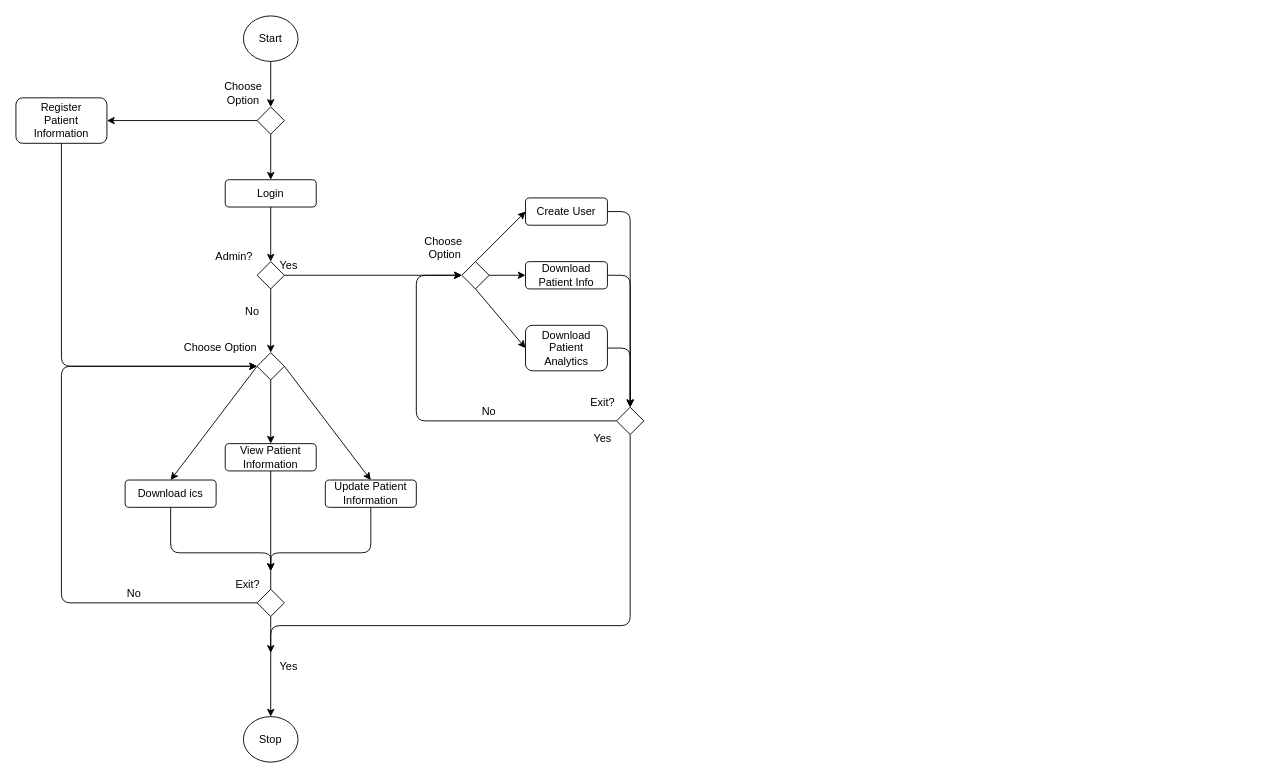
Above: LifePrognosis-ActivityDiagrams.drawio in JonahKayizzi/life-prognosis-gahinga6 (draw.io), before the change. Source tidied: cells renumbered, new cells numbered last; positions are measured from the earlier drawing's top-left corner, leaving out a move shared by most shapes. Both pictures are drawn from the tidied source at 91%, with x=0, y=0 at pixel (15, 15).
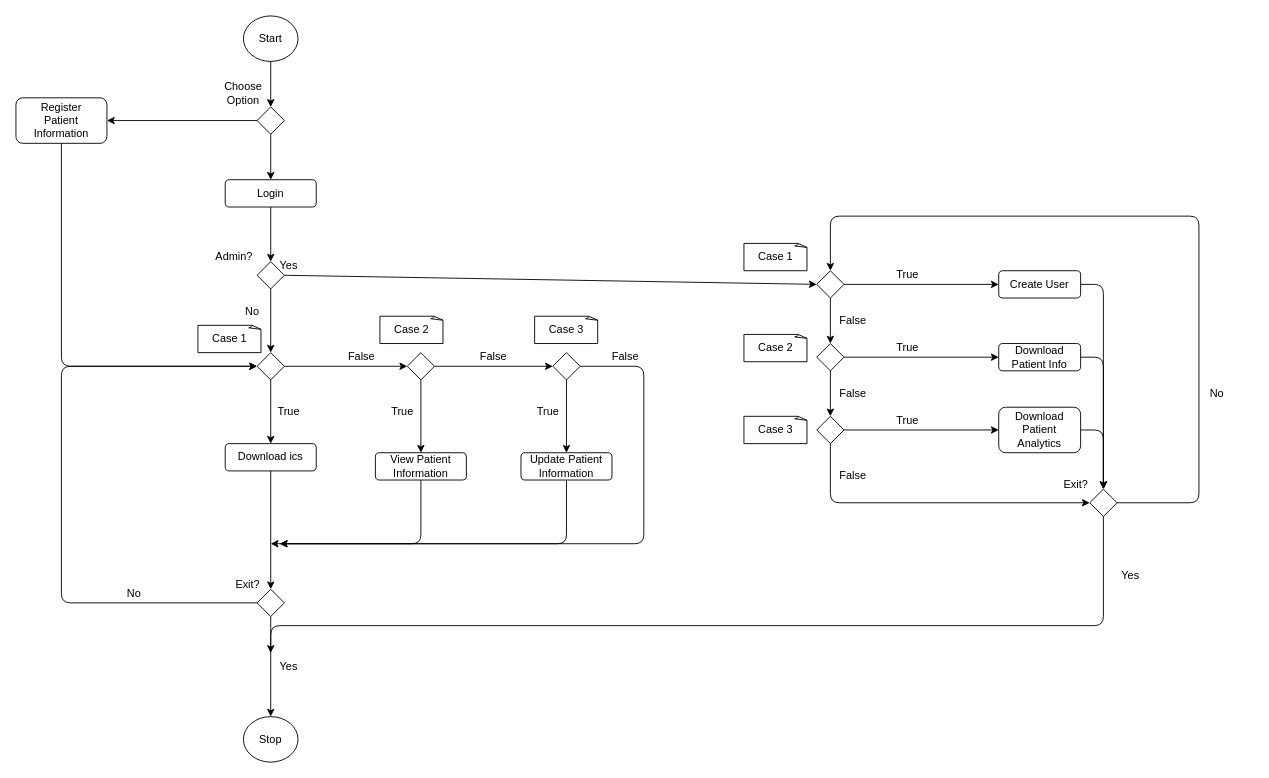
After the change.

Commit message:
Modify activity diagram to replace choose option with switch case

The change refers to these unchanged cells:
```xml
<mxCell id="17" style="rhombus;whiteSpace=wrap;html=1;" parent="1" vertex="1">
  <mxGeometry x="265" y="370" width="30" height="30" as="geometry" />
</mxCell>
<mxCell id="26" style="rhombus;whiteSpace=wrap;html=1;" parent="1" vertex="1">
  <mxGeometry x="265" y="630" width="30" height="30" as="geometry" />
</mxCell>
```

Change to the diagram source:
```diff
@@
     <mxCell id="7" style="rhombus;whiteSpace=wrap;html=1;" parent="1" vertex="1">
-      <mxGeometry x="490" y="270" width="30" height="30" as="geometry" />
+      <mxGeometry x="880" y="280" width="30" height="30" as="geometry" />
     </mxCell>
@@
-    <mxCell id="18" value="Choose Option" style="text;html=1;strokeColor=none;fillColor=none;align=center;verticalAlign=middle;whiteSpace=wrap;rounded=0;" parent="1" vertex="1">
-      <mxGeometry x="170" y="350" width="110" height="30" as="geometry" />
-    </mxCell>
-    <mxCell id="19" style="endArrow=classic;html=1;exitX=0;exitY=0.5;exitDx=0;exitDy=0;" parent="1" edge="1" source="17">
-      <mxGeometry relative="1" as="geometry">
-        <mxPoint x="170" y="510" as="targetPoint" />
-      </mxGeometry>
+    <mxCell id="19" style="endArrow=classic;html=1;exitX=0.5;exitY=1;exitDx=0;exitDy=0;entryX=0.5;entryY=0;entryDx=0;entryDy=0;" parent="1" edge="1" source="65" target="24">
+      <mxGeometry relative="1" as="geometry" />
     </mxCell>
@@
-    <mxCell id="22" style="endArrow=classic;html=1;exitX=1;exitY=0.5;exitDx=0;exitDy=0;entryX=0.5;entryY=0;entryDx=0;entryDy=0;" parent="1" edge="1" source="17" target="25">
+    <mxCell id="22" style="endArrow=classic;html=1;exitX=1;exitY=0.5;exitDx=0;exitDy=0;entryX=0;entryY=0.5;entryDx=0;entryDy=0;" parent="1" edge="1" source="17" target="65">
       <mxGeometry relative="1" as="geometry" />
     </mxCell>
     <mxCell id="23" value="Download ics" style="rounded=1;whiteSpace=wrap;html=1;" parent="1" vertex="1">
-      <mxGeometry x="120" y="510" width="100" height="30" as="geometry" />
+      <mxGeometry x="230" y="470" width="100" height="30" as="geometry" />
     </mxCell>
     <mxCell id="24" value="View Patient Information" style="rounded=1;whiteSpace=wrap;html=1;" parent="1" vertex="1">
-      <mxGeometry x="230" y="470" width="100" height="30" as="geometry" />
+      <mxGeometry x="395" y="480" width="100" height="30" as="geometry" />
     </mxCell>
     <mxCell id="25" value="Update Patient Information" style="rounded=1;whiteSpace=wrap;html=1;" parent="1" vertex="1">
-      <mxGeometry x="340" y="510" width="100" height="30" as="geometry" />
+      <mxGeometry x="555" y="480" width="100" height="30" as="geometry" />
     </mxCell>
@@
-    <mxCell id="27" style="endArrow=none;html=1;exitX=0.5;exitY=1;exitDx=0;exitDy=0;entryX=0.5;entryY=0;entryDx=0;entryDy=0;" parent="1" edge="1" source="24" target="26">
-      <mxGeometry relative="1" as="geometry">
-        <Array as="points">
-          <mxPoint x="280" y="610" />
-        </Array>
-      </mxGeometry>
-    </mxCell>
-    <mxCell id="28" style="endArrow=classic;html=1;exitX=0.5;exitY=1;exitDx=0;exitDy=0;edgeStyle=orthogonalEdgeStyle;" parent="1" edge="1" source="23">
-      <mxGeometry relative="1" as="geometry">
-        <mxPoint x="280" y="610" as="targetPoint" />
-        <Array as="points">
-          <mxPoint x="170" y="590" />
-          <mxPoint x="280" y="590" />
-        </Array>
-      </mxGeometry>
+    <mxCell id="28" style="endArrow=classic;html=1;exitX=0.5;exitY=1;exitDx=0;exitDy=0;entryX=0.5;entryY=0;entryDx=0;entryDy=0;" parent="1" edge="1" source="23" target="26">
+      <mxGeometry relative="1" as="geometry" />
     </mxCell>
-    <mxCell id="29" style="endArrow=classic;html=1;exitX=0.5;exitY=1;exitDx=0;exitDy=0;edgeStyle=orthogonalEdgeStyle;" parent="1" edge="1" source="25">
-      <mxGeometry relative="1" as="geometry">
-        <mxPoint x="280" y="610" as="targetPoint" />
-        <Array as="points">
-          <mxPoint x="390" y="590" />
-          <mxPoint x="280" y="590" />
-        </Array>
-      </mxGeometry>
+    <mxCell id="29" style="endArrow=classic;html=1;exitX=0.5;exitY=1;exitDx=0;exitDy=0;entryX=0.5;entryY=0;entryDx=0;entryDy=0;" parent="1" edge="1" source="66" target="25">
+      <mxGeometry relative="1" as="geometry" />
     </mxCell>
@@
-    <mxCell id="35" style="endArrow=classic;html=1;exitX=0.5;exitY=0;exitDx=0;exitDy=0;entryX=0;entryY=0.5;entryDx=0;entryDy=0;" parent="1" edge="1" source="7" target="38">
+    <mxCell id="35" style="endArrow=classic;html=1;exitX=1;exitY=0.5;exitDx=0;exitDy=0;entryX=0;entryY=0.5;entryDx=0;entryDy=0;" parent="1" edge="1" source="7" target="38">
       <mxGeometry relative="1" as="geometry" />
     </mxCell>
-    <mxCell id="36" style="endArrow=classic;html=1;exitX=1;exitY=0.5;exitDx=0;exitDy=0;" parent="1" edge="1" source="7">
-      <mxGeometry relative="1" as="geometry">
-        <mxPoint x="560" y="285" as="targetPoint" />
-      </mxGeometry>
+    <mxCell id="36" style="endArrow=classic;html=1;entryX=0;entryY=0.5;entryDx=0;entryDy=0;exitX=1;exitY=0.5;exitDx=0;exitDy=0;" parent="1" edge="1" source="53" target="39">
+      <mxGeometry relative="1" as="geometry" />
     </mxCell>
-    <mxCell id="37" style="endArrow=classic;html=1;exitX=0.5;exitY=1;exitDx=0;exitDy=0;entryX=0;entryY=0.5;entryDx=0;entryDy=0;" parent="1" edge="1" source="7" target="40">
+    <mxCell id="37" style="endArrow=classic;html=1;entryX=0;entryY=0.5;entryDx=0;entryDy=0;exitX=1;exitY=0.5;exitDx=0;exitDy=0;" parent="1" edge="1" source="54" target="40">
       <mxGeometry relative="1" as="geometry" />
     </mxCell>
     <mxCell id="38" value="Create User" style="rounded=1;whiteSpace=wrap;html=1;" parent="1" vertex="1">
-      <mxGeometry x="560" y="200" width="90" height="30" as="geometry" />
+      <mxGeometry x="1080" y="280" width="90" height="30" as="geometry" />
     </mxCell>
     <mxCell id="39" value="Download Patient Info" style="rounded=1;whiteSpace=wrap;html=1;" parent="1" vertex="1">
-      <mxGeometry x="560" y="270" width="90" height="30" as="geometry" />
+      <mxGeometry x="1080" y="360" width="90" height="30" as="geometry" />
     </mxCell>
     <mxCell id="40" value="Download Patient Analytics" style="rounded=1;whiteSpace=wrap;html=1;" parent="1" vertex="1">
-      <mxGeometry x="560" y="340" width="90" height="50" as="geometry" />
+      <mxGeometry x="1080" y="430" width="90" height="50" as="geometry" />
     </mxCell>
-    <mxCell id="41" value="Choose&lt;br&gt;&amp;nbsp;Option" style="text;html=1;strokeColor=none;fillColor=none;align=center;verticalAlign=middle;whiteSpace=wrap;rounded=0;" parent="1" vertex="1">
-      <mxGeometry x="420" y="240" width="100" height="30" as="geometry" />
-    </mxCell>
     <mxCell id="42" style="rhombus;whiteSpace=wrap;html=1;" parent="1" vertex="1">
-      <mxGeometry x="660" y="430" width="30" height="30" as="geometry" />
+      <mxGeometry x="1180" y="520" width="30" height="30" as="geometry" />
     </mxCell>
@@
     <mxCell id="46" value="Exit?" style="text;html=1;strokeColor=none;fillColor=none;align=center;verticalAlign=middle;whiteSpace=wrap;rounded=0;" parent="1" vertex="1">
-      <mxGeometry x="590" y="410" width="110" height="30" as="geometry" />
+      <mxGeometry x="1110" y="500" width="110" height="30" as="geometry" />
     </mxCell>
     <mxCell id="47" style="endArrow=classic;html=1;exitX=0.5;exitY=1;exitDx=0;exitDy=0;edgeStyle=orthogonalEdgeStyle;" parent="1" edge="1" source="42">
       <mxGeometry relative="1" as="geometry">
         <mxPoint x="280" y="700" as="targetPoint" />
         <Array as="points">
-          <mxPoint x="675" y="670" />
+          <mxPoint x="1195" y="670" />
           <mxPoint x="280" y="670" />
         </Array>
       </mxGeometry>
     </mxCell>
     <mxCell id="48" value="Yes" style="text;html=1;strokeColor=none;fillColor=none;align=center;verticalAlign=middle;whiteSpace=wrap;rounded=0;" parent="1" vertex="1">
-      <mxGeometry x="590" y="450" width="110" height="30" as="geometry" />
+      <mxGeometry x="1170" y="600" width="110" height="30" as="geometry" />
     </mxCell>
-    <mxCell id="49" style="endArrow=classic;html=1;exitX=0;exitY=0.5;exitDx=0;exitDy=0;entryX=0;entryY=0.5;entryDx=0;entryDy=0;edgeStyle=orthogonalEdgeStyle;" parent="1" edge="1" source="42" target="7">
+    <mxCell id="49" style="endArrow=classic;html=1;edgeStyle=orthogonalEdgeStyle;entryX=0.5;entryY=0;entryDx=0;entryDy=0;startArrow=none;exitX=1;exitY=0.5;exitDx=0;exitDy=0;" parent="1" edge="1" source="42" target="7">
       <mxGeometry relative="1" as="geometry">
         <Array as="points">
-          <mxPoint x="440" y="445" />
-          <mxPoint x="440" y="285" />
+          <mxPoint x="1300" y="535" />
+          <mxPoint x="1300" y="220" />
+          <mxPoint x="895" y="220" />
         </Array>
       </mxGeometry>
     </mxCell>
     <mxCell id="50" value="No" style="text;html=1;strokeColor=none;fillColor=none;align=center;verticalAlign=middle;whiteSpace=wrap;rounded=0;" parent="1" vertex="1">
-      <mxGeometry x="480" y="420" width="80" height="30" as="geometry" />
+      <mxGeometry x="1280" y="400" width="80" height="30" as="geometry" />
     </mxCell>
@@
+    <mxCell id="53" style="rhombus;whiteSpace=wrap;html=1;" parent="1" vertex="1">
+      <mxGeometry x="880" y="360" width="30" height="30" as="geometry" />
+    </mxCell>
+    <mxCell id="54" style="rhombus;whiteSpace=wrap;html=1;" parent="1" vertex="1">
+      <mxGeometry x="880" y="440" width="30" height="30" as="geometry" />
+    </mxCell>
+    <mxCell id="55" style="endArrow=classic;html=1;entryX=0.5;entryY=0;entryDx=0;entryDy=0;exitX=0.5;exitY=1;exitDx=0;exitDy=0;" parent="1" edge="1" source="7" target="53">
+      <mxGeometry relative="1" as="geometry" />
+    </mxCell>
+    <mxCell id="56" style="endArrow=classic;html=1;entryX=0.5;entryY=0;entryDx=0;entryDy=0;exitX=0.5;exitY=1;exitDx=0;exitDy=0;" parent="1" edge="1" source="53" target="54">
+      <mxGeometry relative="1" as="geometry" />
+    </mxCell>
+    <mxCell id="57" value="Case 1" style="whiteSpace=wrap;html=1;shape=mxgraph.basic.document;" parent="1" vertex="1">
+      <mxGeometry x="800" y="250" width="70" height="30" as="geometry" />
+    </mxCell>
+    <mxCell id="58" value="Case 2" style="whiteSpace=wrap;html=1;shape=mxgraph.basic.document;" parent="1" vertex="1">
+      <mxGeometry x="800" y="350" width="70" height="30" as="geometry" />
+    </mxCell>
+    <mxCell id="59" value="Case 3" style="whiteSpace=wrap;html=1;shape=mxgraph.basic.document;" parent="1" vertex="1">
+      <mxGeometry x="800" y="440" width="70" height="30" as="geometry" />
+    </mxCell>
+    <mxCell id="60" value="True" style="text;html=1;strokeColor=none;fillColor=none;align=center;verticalAlign=middle;whiteSpace=wrap;rounded=0;" parent="1" vertex="1">
+      <mxGeometry x="950" y="270" width="60" height="30" as="geometry" />
+    </mxCell>
+    <mxCell id="61" value="False" style="text;html=1;strokeColor=none;fillColor=none;align=center;verticalAlign=middle;whiteSpace=wrap;rounded=0;" parent="1" vertex="1">
+      <mxGeometry x="890" y="320" width="60" height="30" as="geometry" />
+    </mxCell>
+    <mxCell id="62" value="True" style="text;html=1;strokeColor=none;fillColor=none;align=center;verticalAlign=middle;whiteSpace=wrap;rounded=0;" parent="1" vertex="1">
+      <mxGeometry x="950" y="430" width="60" height="30" as="geometry" />
+    </mxCell>
+    <mxCell id="63" value="True" style="text;html=1;strokeColor=none;fillColor=none;align=center;verticalAlign=middle;whiteSpace=wrap;rounded=0;" parent="1" vertex="1">
+      <mxGeometry x="950" y="350" width="60" height="30" as="geometry" />
+    </mxCell>
+    <mxCell id="64" value="False" style="text;html=1;strokeColor=none;fillColor=none;align=center;verticalAlign=middle;whiteSpace=wrap;rounded=0;" parent="1" vertex="1">
+      <mxGeometry x="890" y="400" width="60" height="30" as="geometry" />
+    </mxCell>
+    <mxCell id="65" style="rhombus;whiteSpace=wrap;html=1;" parent="1" vertex="1">
+      <mxGeometry x="430" y="370" width="30" height="30" as="geometry" />
+    </mxCell>
+    <mxCell id="66" style="rhombus;whiteSpace=wrap;html=1;" parent="1" vertex="1">
+      <mxGeometry x="590" y="370" width="30" height="30" as="geometry" />
+    </mxCell>
+    <mxCell id="67" style="endArrow=classic;html=1;exitX=1;exitY=0.5;exitDx=0;exitDy=0;entryX=0;entryY=0.5;entryDx=0;entryDy=0;" parent="1" edge="1" source="65" target="66">
+      <mxGeometry relative="1" as="geometry" />
+    </mxCell>
+    <mxCell id="68" value="True" style="text;html=1;strokeColor=none;fillColor=none;align=center;verticalAlign=middle;whiteSpace=wrap;rounded=0;" parent="1" vertex="1">
+      <mxGeometry x="270" y="420" width="60" height="30" as="geometry" />
+    </mxCell>
+    <mxCell id="69" value="True" style="text;html=1;strokeColor=none;fillColor=none;align=center;verticalAlign=middle;whiteSpace=wrap;rounded=0;" parent="1" vertex="1">
+      <mxGeometry x="395" y="420" width="60" height="30" as="geometry" />
+    </mxCell>
+    <mxCell id="70" value="True" style="text;html=1;strokeColor=none;fillColor=none;align=center;verticalAlign=middle;whiteSpace=wrap;rounded=0;" parent="1" vertex="1">
+      <mxGeometry x="555" y="420" width="60" height="30" as="geometry" />
+    </mxCell>
+    <mxCell id="71" value="False" style="text;html=1;strokeColor=none;fillColor=none;align=center;verticalAlign=middle;whiteSpace=wrap;rounded=0;" parent="1" vertex="1">
+      <mxGeometry x="350" y="360" width="60" height="30" as="geometry" />
+    </mxCell>
+    <mxCell id="72" value="False" style="text;html=1;strokeColor=none;fillColor=none;align=center;verticalAlign=middle;whiteSpace=wrap;rounded=0;" parent="1" vertex="1">
+      <mxGeometry x="495" y="360" width="60" height="30" as="geometry" />
+    </mxCell>
+    <mxCell id="73" value="Case 1" style="whiteSpace=wrap;html=1;shape=mxgraph.basic.document;" parent="1" vertex="1">
+      <mxGeometry x="200" y="340" width="70" height="30" as="geometry" />
+    </mxCell>
+    <mxCell id="74" value="Case 2" style="whiteSpace=wrap;html=1;shape=mxgraph.basic.document;" parent="1" vertex="1">
+      <mxGeometry x="400" y="330" width="70" height="30" as="geometry" />
+    </mxCell>
+    <mxCell id="75" value="Case 3" style="whiteSpace=wrap;html=1;shape=mxgraph.basic.document;" parent="1" vertex="1">
+      <mxGeometry x="570" y="330" width="70" height="30" as="geometry" />
+    </mxCell>
+    <mxCell id="76" style="endArrow=classic;html=1;exitX=1;exitY=0.5;exitDx=0;exitDy=0;edgeStyle=orthogonalEdgeStyle;" parent="1" edge="1" source="66">
+      <mxGeometry relative="1" as="geometry">
+        <mxPoint x="280" y="580" as="targetPoint" />
+        <Array as="points">
+          <mxPoint x="690" y="385" />
+          <mxPoint x="690" y="580" />
+        </Array>
+      </mxGeometry>
+    </mxCell>
+    <mxCell id="77" style="endArrow=classic;html=1;exitX=0.5;exitY=1;exitDx=0;exitDy=0;edgeStyle=orthogonalEdgeStyle;" parent="1" edge="1" source="24">
+      <mxGeometry relative="1" as="geometry">
+        <mxPoint x="290" y="580" as="targetPoint" />
+        <Array as="points">
+          <mxPoint x="445" y="580" />
+        </Array>
+      </mxGeometry>
+    </mxCell>
+    <mxCell id="78" style="endArrow=classic;html=1;exitX=0.5;exitY=1;exitDx=0;exitDy=0;edgeStyle=orthogonalEdgeStyle;" parent="1" edge="1" source="25">
+      <mxGeometry relative="1" as="geometry">
+        <mxPoint x="290" y="580" as="targetPoint" />
+        <Array as="points">
+          <mxPoint x="605" y="580" />
+        </Array>
+      </mxGeometry>
+    </mxCell>
+    <mxCell id="79" value="False" style="text;html=1;strokeColor=none;fillColor=none;align=center;verticalAlign=middle;whiteSpace=wrap;rounded=0;" parent="1" vertex="1">
+      <mxGeometry x="640" y="360" width="60" height="30" as="geometry" />
+    </mxCell>
+    <mxCell id="80" style="endArrow=classic;html=1;exitX=0.5;exitY=1;exitDx=0;exitDy=0;entryX=0;entryY=0.5;entryDx=0;entryDy=0;edgeStyle=orthogonalEdgeStyle;" parent="1" edge="1" source="54" target="42">
+      <mxGeometry relative="1" as="geometry" />
+    </mxCell>
+    <mxCell id="81" value="False" style="text;html=1;strokeColor=none;fillColor=none;align=center;verticalAlign=middle;whiteSpace=wrap;rounded=0;" parent="1" vertex="1">
+      <mxGeometry x="890" y="490" width="60" height="30" as="geometry" />
+    </mxCell>
```
